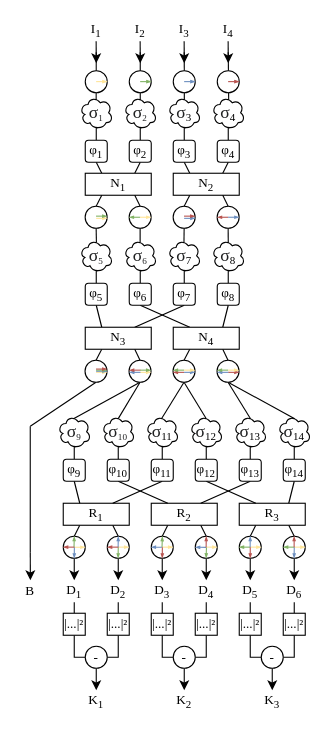
The draw.io diagram docs/templates/kernel_scheme.drawio in VForiel/PHISE, before the edit. Source tidied: cells renumbered, new cells numbered last; positions are measured from the earlier drawing's top-left corner, leaving out a move shared by most shapes. Both pictures are drawn from the tidied source at 110%, with x=0, y=0 at pixel (19, 19).
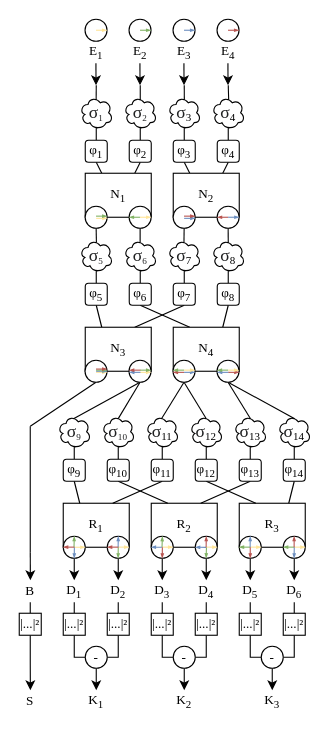
After the change.

Unchanged cells that the change refers to:
```xml
<mxCell id="3" value="&lt;font&gt;&lt;span style=&quot;color: rgb(32, 33, 34); font-size: 16px; font-style: normal; font-variant-ligatures: normal; font-variant-caps: normal; letter-spacing: normal; text-align: start; text-indent: 0px; text-transform: none; word-spacing: 0px; -webkit-text-stroke-width: 0px; white-space: normal; text-decoration-thickness: initial; text-decoration-style: initial; text-decoration-color: initial;&quot;&gt;σ&lt;/span&gt;&lt;font size=&quot;1&quot;&gt;&lt;span style=&quot;color: rgb(32, 33, 34); font-style: normal; font-variant-ligatures: normal; font-variant-caps: normal; letter-spacing: normal; text-align: start; text-indent: 0px; text-transform: none; word-spacing: 0px; -webkit-text-stroke-width: 0px; white-space: normal; text-decoration-thickness: initial; text-decoration-style: initial; text-decoration-color: initial;&quot;&gt;&lt;sub&gt;1&lt;/sub&gt;&lt;/span&gt;&lt;/font&gt;&lt;/font&gt;" style="ellipse;shape=cloud;whiteSpace=wrap;html=1;labelBackgroundColor=none;fontFamily=Times New Roman;" parent="1" vertex="1">
  <mxGeometry x="55" y="70" width="30" height="30" as="geometry" />
</mxCell>
<mxCell id="5" value="&lt;font style=&quot;font-size: 15px;&quot;&gt;&lt;span style=&quot;color: rgb(32, 33, 34); font-size: 16px; font-style: normal; font-variant-ligatures: normal; font-variant-caps: normal; letter-spacing: normal; text-align: start; text-indent: 0px; text-transform: none; word-spacing: 0px; -webkit-text-stroke-width: 0px; white-space: normal; text-decoration-thickness: initial; text-decoration-style: initial; text-decoration-color: initial;&quot;&gt;σ&lt;/span&gt;&lt;/font&gt;&lt;font size=&quot;1&quot;&gt;&lt;font&gt;&lt;span style=&quot;color: rgb(32, 33, 34); font-style: normal; font-variant-ligatures: normal; font-variant-caps: normal; letter-spacing: normal; text-align: start; text-indent: 0px; text-transform: none; word-spacing: 0px; -webkit-text-stroke-width: 0px; white-space: normal; text-decoration-thickness: initial; text-decoration-style: initial; text-decoration-color: initial;&quot;&gt;&lt;sub&gt;2&lt;/sub&gt;&lt;/span&gt;&lt;/font&gt;&lt;/font&gt;" style="ellipse;shape=cloud;whiteSpace=wrap;html=1;labelBackgroundColor=none;fontFamily=Times New Roman;" parent="1" vertex="1">
  <mxGeometry x="95" y="70" width="30" height="30" as="geometry" />
</mxCell>
<mxCell id="7" value="&lt;font&gt;&lt;span style=&quot;color: rgb(32, 33, 34); font-size: 16px; font-style: normal; font-variant-ligatures: normal; font-variant-caps: normal; letter-spacing: normal; text-align: start; text-indent: 0px; text-transform: none; word-spacing: 0px; -webkit-text-stroke-width: 0px; white-space: normal; text-decoration-thickness: initial; text-decoration-style: initial; text-decoration-color: initial;&quot;&gt;σ&lt;/span&gt;&lt;sub&gt;3&lt;/sub&gt;&lt;/font&gt;" style="ellipse;shape=cloud;whiteSpace=wrap;html=1;labelBackgroundColor=none;fontFamily=Times New Roman;" parent="1" vertex="1">
  <mxGeometry x="135" y="70" width="30" height="30" as="geometry" />
</mxCell>
<mxCell id="9" value="&lt;font&gt;&lt;span style=&quot;color: rgb(32, 33, 34); font-size: 16px; font-style: normal; font-variant-ligatures: normal; font-variant-caps: normal; letter-spacing: normal; text-align: start; text-indent: 0px; text-transform: none; word-spacing: 0px; -webkit-text-stroke-width: 0px; white-space: normal; text-decoration-thickness: initial; text-decoration-style: initial; text-decoration-color: initial;&quot;&gt;σ&lt;/span&gt;&lt;sub&gt;4&lt;/sub&gt;&lt;/font&gt;" style="ellipse;shape=cloud;whiteSpace=wrap;html=1;labelBackgroundColor=none;fontFamily=Times New Roman;" parent="1" vertex="1">
  <mxGeometry x="175" y="70" width="30" height="30" as="geometry" />
</mxCell>
```

Diff of the diagram source:
```diff
@@
     <mxCell id="10" style="endArrow=none;html=1;rounded=0;entryX=0.497;entryY=0.115;entryDx=0;entryDy=0;entryPerimeter=0;fontFamily=Times New Roman;" parent="1" edge="1" target="3">
       <mxGeometry relative="1" as="geometry">
-        <mxPoint x="70" y="30" as="sourcePoint" />
+        <mxPoint x="70" y="60" as="sourcePoint" />
       </mxGeometry>
     </mxCell>
     <mxCell id="11" style="endArrow=none;html=1;rounded=0;entryX=0.5;entryY=0.121;entryDx=0;entryDy=0;entryPerimeter=0;fontFamily=Times New Roman;" parent="1" edge="1" target="5">
       <mxGeometry relative="1" as="geometry">
-        <mxPoint x="110" y="30" as="sourcePoint" />
+        <mxPoint x="110" y="60" as="sourcePoint" />
       </mxGeometry>
     </mxCell>
     <mxCell id="12" style="endArrow=none;html=1;rounded=0;entryX=0.502;entryY=0.114;entryDx=0;entryDy=0;entryPerimeter=0;fontFamily=Times New Roman;" parent="1" edge="1" target="7">
       <mxGeometry relative="1" as="geometry">
-        <mxPoint x="150" y="30" as="sourcePoint" />
+        <mxPoint x="150" y="60" as="sourcePoint" />
       </mxGeometry>
     </mxCell>
     <mxCell id="13" style="endArrow=none;html=1;rounded=0;fontFamily=Times New Roman;entryX=0.513;entryY=0.113;entryDx=0;entryDy=0;entryPerimeter=0;" parent="1" edge="1" target="9">
       <mxGeometry relative="1" as="geometry">
-        <mxPoint x="190" y="30" as="sourcePoint" />
+        <mxPoint x="190" y="60" as="sourcePoint" />
       </mxGeometry>
     </mxCell>
@@
     <mxCell id="22" value="&lt;font&gt;N&lt;sub&gt;1&lt;/sub&gt;&lt;/font&gt;" style="rounded=0;whiteSpace=wrap;html=1;fontFamily=Times New Roman;" parent="1" vertex="1">
-      <mxGeometry x="60" y="140" width="60" height="20" as="geometry" />
+      <mxGeometry x="60" y="140" width="60" height="40" as="geometry" />
     </mxCell>
     <mxCell id="23" value="&lt;font&gt;N&lt;sub&gt;2&lt;/sub&gt;&lt;/font&gt;" style="rounded=0;whiteSpace=wrap;html=1;fontFamily=Times New Roman;" parent="1" vertex="1">
-      <mxGeometry x="140" y="140" width="60" height="20" as="geometry" />
+      <mxGeometry x="140" y="140" width="60" height="40" as="geometry" />
     </mxCell>
@@
     <mxCell id="46" value="&lt;font&gt;N&lt;sub&gt;3&lt;/sub&gt;&lt;/font&gt;" style="rounded=0;whiteSpace=wrap;html=1;fontFamily=Times New Roman;" parent="1" vertex="1">
-      <mxGeometry x="60" y="280" width="60" height="20" as="geometry" />
+      <mxGeometry x="60" y="280" width="60" height="40" as="geometry" />
     </mxCell>
@@
     <mxCell id="49" value="&lt;font&gt;N&lt;sub&gt;4&lt;/sub&gt;&lt;/font&gt;" style="rounded=0;whiteSpace=wrap;html=1;fontFamily=Times New Roman;" parent="1" vertex="1">
-      <mxGeometry x="140" y="280" width="60" height="20" as="geometry" />
+      <mxGeometry x="140" y="280" width="60" height="40" as="geometry" />
     </mxCell>
@@
     <mxCell id="52" value="&lt;font&gt;R&lt;sub&gt;1&lt;/sub&gt;&lt;/font&gt;" style="rounded=0;whiteSpace=wrap;html=1;fontFamily=Times New Roman;" parent="1" vertex="1">
-      <mxGeometry x="40" y="440" width="60" height="20" as="geometry" />
+      <mxGeometry x="40" y="440" width="60" height="40" as="geometry" />
     </mxCell>
@@
     <mxCell id="55" value="&lt;font&gt;R&lt;sub&gt;2&lt;/sub&gt;&lt;/font&gt;" style="rounded=0;whiteSpace=wrap;html=1;fontFamily=Times New Roman;" parent="1" vertex="1">
-      <mxGeometry x="120" y="440" width="60" height="20" as="geometry" />
+      <mxGeometry x="120" y="440" width="60" height="40" as="geometry" />
     </mxCell>
@@
     <mxCell id="58" value="&lt;font&gt;R&lt;sub&gt;3&lt;/sub&gt;&lt;/font&gt;" style="rounded=0;whiteSpace=wrap;html=1;fontFamily=Times New Roman;" parent="1" vertex="1">
-      <mxGeometry x="200" y="440" width="60" height="20" as="geometry" />
+      <mxGeometry x="200" y="440" width="60" height="40" as="geometry" />
     </mxCell>
@@
     <mxCell id="89" style="edgeStyle=orthogonalEdgeStyle;rounded=0;orthogonalLoop=1;jettySize=auto;html=1;exitX=0.25;exitY=1;exitDx=0;exitDy=0;fontFamily=Times New Roman;" parent="1" edge="1">
       <mxGeometry relative="1" as="geometry">
-        <mxPoint x="69.9" y="20" as="sourcePoint" />
-        <mxPoint x="70" y="40" as="targetPoint" />
+        <mxPoint x="69.7" y="40" as="sourcePoint" />
+        <mxPoint x="69.8" y="60" as="targetPoint" />
       </mxGeometry>
     </mxCell>
     <mxCell id="90" style="edgeStyle=orthogonalEdgeStyle;rounded=0;orthogonalLoop=1;jettySize=auto;html=1;exitX=0.25;exitY=1;exitDx=0;exitDy=0;fontFamily=Times New Roman;" parent="1" edge="1">
       <mxGeometry relative="1" as="geometry">
-        <mxPoint x="109.9" y="20" as="sourcePoint" />
-        <mxPoint x="110" y="40" as="targetPoint" />
+        <mxPoint x="109.7" y="40" as="sourcePoint" />
+        <mxPoint x="109.8" y="60" as="targetPoint" />
       </mxGeometry>
     </mxCell>
     <mxCell id="91" style="edgeStyle=orthogonalEdgeStyle;rounded=0;orthogonalLoop=1;jettySize=auto;html=1;exitX=0.25;exitY=1;exitDx=0;exitDy=0;fontFamily=Times New Roman;" parent="1" edge="1">
       <mxGeometry relative="1" as="geometry">
-        <mxPoint x="149.9" y="20" as="sourcePoint" />
-        <mxPoint x="150" y="40" as="targetPoint" />
+        <mxPoint x="149.7" y="40" as="sourcePoint" />
+        <mxPoint x="149.8" y="60" as="targetPoint" />
       </mxGeometry>
     </mxCell>
     <mxCell id="92" style="edgeStyle=orthogonalEdgeStyle;rounded=0;orthogonalLoop=1;jettySize=auto;html=1;exitX=0.25;exitY=1;exitDx=0;exitDy=0;fontFamily=Times New Roman;" parent="1" edge="1">
       <mxGeometry relative="1" as="geometry">
-        <mxPoint x="189.9" y="20" as="sourcePoint" />
-        <mxPoint x="190" y="40" as="targetPoint" />
+        <mxPoint x="189.7" y="40" as="sourcePoint" />
+        <mxPoint x="189.8" y="60" as="targetPoint" />
       </mxGeometry>
     </mxCell>
-    <mxCell id="93" value="&lt;font&gt;I&lt;sub&gt;1&lt;/sub&gt;&lt;/font&gt;" style="text;html=1;align=center;verticalAlign=middle;whiteSpace=wrap;rounded=0;fontFamily=Times New Roman;" parent="1" vertex="1">
-      <mxGeometry x="60" width="20" height="20" as="geometry" />
+    <mxCell id="93" value="&lt;font&gt;E&lt;sub&gt;1&lt;/sub&gt;&lt;/font&gt;" style="text;html=1;align=center;verticalAlign=middle;whiteSpace=wrap;rounded=0;fontFamily=Times New Roman;" parent="1" vertex="1">
+      <mxGeometry x="59.8" y="20" width="20" height="20" as="geometry" />
     </mxCell>
-    <mxCell id="94" value="&lt;font&gt;I&lt;sub&gt;2&lt;/sub&gt;&lt;/font&gt;" style="text;html=1;align=center;verticalAlign=middle;whiteSpace=wrap;rounded=0;fontFamily=Times New Roman;" parent="1" vertex="1">
-      <mxGeometry x="100" width="20" height="20" as="geometry" />
+    <mxCell id="94" value="&lt;font&gt;E&lt;sub&gt;2&lt;/sub&gt;&lt;/font&gt;" style="text;html=1;align=center;verticalAlign=middle;whiteSpace=wrap;rounded=0;fontFamily=Times New Roman;" parent="1" vertex="1">
+      <mxGeometry x="99.8" y="20" width="20" height="20" as="geometry" />
     </mxCell>
-    <mxCell id="95" value="&lt;font&gt;I&lt;sub&gt;3&lt;/sub&gt;&lt;/font&gt;" style="text;html=1;align=center;verticalAlign=middle;whiteSpace=wrap;rounded=0;fontFamily=Times New Roman;" parent="1" vertex="1">
-      <mxGeometry x="140" width="20" height="20" as="geometry" />
+    <mxCell id="95" value="&lt;font&gt;E&lt;sub&gt;3&lt;/sub&gt;&lt;/font&gt;" style="text;html=1;align=center;verticalAlign=middle;whiteSpace=wrap;rounded=0;fontFamily=Times New Roman;" parent="1" vertex="1">
+      <mxGeometry x="139.8" y="20" width="20" height="20" as="geometry" />
     </mxCell>
-    <mxCell id="96" value="&lt;font&gt;I&lt;sub&gt;4&lt;/sub&gt;&lt;/font&gt;" style="text;html=1;align=center;verticalAlign=middle;whiteSpace=wrap;rounded=0;fontFamily=Times New Roman;" parent="1" vertex="1">
-      <mxGeometry x="180" width="20" height="20" as="geometry" />
+    <mxCell id="96" value="&lt;font&gt;E&lt;sub&gt;4&lt;/sub&gt;&lt;/font&gt;" style="text;html=1;align=center;verticalAlign=middle;whiteSpace=wrap;rounded=0;fontFamily=Times New Roman;" parent="1" vertex="1">
+      <mxGeometry x="179.8" y="20" width="20" height="20" as="geometry" />
     </mxCell>
@@
     <mxCell id="136" style="ellipse;whiteSpace=wrap;html=1;" parent="1" vertex="1">
-      <mxGeometry x="60" y="46.8" width="20" height="20" as="geometry" />
+      <mxGeometry x="59.8" width="20" height="20" as="geometry" />
     </mxCell>
     <mxCell id="137" style="endArrow=blockThin;html=1;rounded=0;endFill=1;strokeWidth=1;endSize=2;fillColor=#fff2cc;strokeColor=#FFE599;shadow=0;" parent="1" edge="1">
       <mxGeometry relative="1" as="geometry">
-        <mxPoint x="69.9" y="56.7" as="sourcePoint" />
-        <mxPoint x="80" y="56.7" as="targetPoint" />
+        <mxPoint x="69.8" y="10" as="sourcePoint" />
+        <mxPoint x="79.8" y="10" as="targetPoint" />
       </mxGeometry>
     </mxCell>
     <mxCell id="138" style="ellipse;whiteSpace=wrap;html=1;" parent="1" vertex="1">
-      <mxGeometry x="100" y="46.8" width="20" height="20" as="geometry" />
+      <mxGeometry x="99.8" width="20" height="20" as="geometry" />
     </mxCell>
     <mxCell id="139" style="endArrow=blockThin;html=1;rounded=0;endFill=1;strokeWidth=1;endSize=2;fillColor=#d5e8d4;strokeColor=#82b366;shadow=0;" parent="1" edge="1">
       <mxGeometry relative="1" as="geometry">
-        <mxPoint x="109.9" y="56.7" as="sourcePoint" />
-        <mxPoint x="120" y="56.7" as="targetPoint" />
+        <mxPoint x="109.8" y="10" as="sourcePoint" />
+        <mxPoint x="119.8" y="10" as="targetPoint" />
       </mxGeometry>
     </mxCell>
     <mxCell id="140" style="ellipse;whiteSpace=wrap;html=1;" parent="1" vertex="1">
-      <mxGeometry x="140" y="46.8" width="20" height="20" as="geometry" />
+      <mxGeometry x="139.8" width="20" height="20" as="geometry" />
     </mxCell>
     <mxCell id="141" style="endArrow=blockThin;html=1;rounded=0;endFill=1;strokeWidth=1;endSize=2;fillColor=#dae8fc;strokeColor=#6c8ebf;shadow=0;" parent="1" edge="1">
       <mxGeometry relative="1" as="geometry">
-        <mxPoint x="149.9" y="56.7" as="sourcePoint" />
-        <mxPoint x="160" y="56.7" as="targetPoint" />
+        <mxPoint x="149.8" y="10" as="sourcePoint" />
+        <mxPoint x="159.8" y="10" as="targetPoint" />
       </mxGeometry>
     </mxCell>
     <mxCell id="142" style="ellipse;whiteSpace=wrap;html=1;" parent="1" vertex="1">
-      <mxGeometry x="180" y="46.8" width="20" height="20" as="geometry" />
+      <mxGeometry x="179.8" width="20" height="20" as="geometry" />
     </mxCell>
     <mxCell id="143" style="endArrow=blockThin;html=1;rounded=0;endFill=1;strokeWidth=1;endSize=2;fillColor=#f8cecc;strokeColor=#b85450;shadow=0;" parent="1" edge="1">
       <mxGeometry relative="1" as="geometry">
-        <mxPoint x="189.9" y="56.7" as="sourcePoint" />
-        <mxPoint x="200" y="56.7" as="targetPoint" />
+        <mxPoint x="189.8" y="10" as="sourcePoint" />
+        <mxPoint x="199.8" y="10" as="targetPoint" />
       </mxGeometry>
     </mxCell>
@@
+    <mxCell id="216" style="edgeStyle=orthogonalEdgeStyle;rounded=0;jettySize=auto;html=1;exitX=0.5;exitY=0;exitDx=0;exitDy=0;entryX=0.5;entryY=1;entryDx=0;entryDy=0;endArrow=none;endFill=0;" parent="1" edge="1" source="218">
+      <mxGeometry relative="1" as="geometry">
+        <mxPoint x="10" y="530" as="targetPoint" />
+      </mxGeometry>
+    </mxCell>
+    <mxCell id="217" style="edgeStyle=orthogonalEdgeStyle;rounded=0;jettySize=auto;html=1;exitX=0.5;exitY=1;exitDx=0;exitDy=0;" parent="1" edge="1" source="218">
+      <mxGeometry relative="1" as="geometry">
+        <mxPoint x="10.1" y="610" as="targetPoint" />
+      </mxGeometry>
+    </mxCell>
+    <mxCell id="218" value="&lt;font face=&quot;Times New Roman&quot;&gt;|...|²&lt;/font&gt;" style="rounded=0;whiteSpace=wrap;html=1;" parent="1" vertex="1">
+      <mxGeometry y="540" width="20" height="20" as="geometry" />
+    </mxCell>
+    <mxCell id="219" value="S" style="text;html=1;align=center;verticalAlign=middle;whiteSpace=wrap;rounded=0;fontFamily=Times New Roman;" parent="1" vertex="1">
+      <mxGeometry y="610" width="20" height="20" as="geometry" />
+    </mxCell>
```
